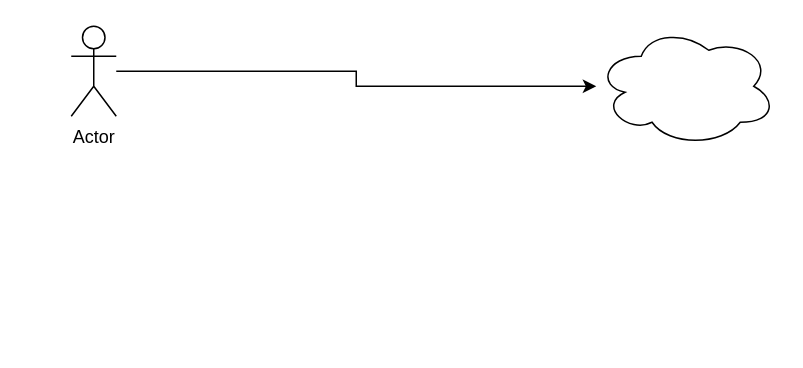
kevinah95/upgraded-octo-waffle keeps this draw.io diagram as docs/Diagrama sin título.drawio. Above is the earlier version. Source tidied: cells renumbered, new cells numbered last; positions are measured from the earlier drawing's top-left corner, leaving out a move shared by most shapes. Both pictures are drawn from the tidied source at 150%, with x=0, y=0 at pixel (70, 26).
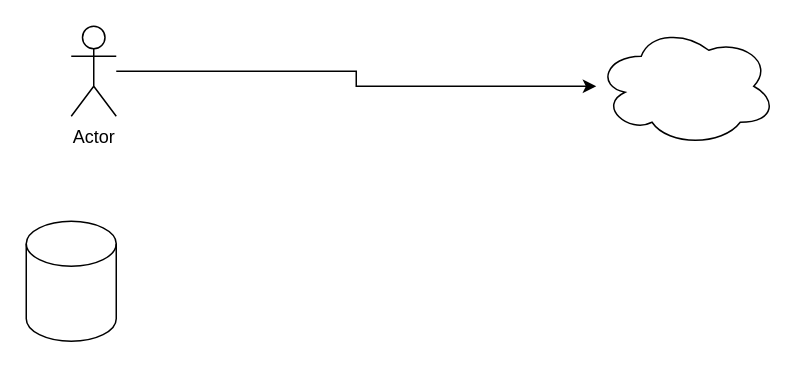
The same diagram, later.

Change to the diagram source:
```diff
@@
 <mxGraphModel>
   <root>
     <mxCell id="0" />
     <mxCell id="1" parent="0" />
     <mxCell id="2" style="edgeStyle=orthogonalEdgeStyle;rounded=0;jettySize=auto;html=1;" parent="1" edge="1" source="3" target="4">
       <mxGeometry relative="1" as="geometry" />
     </mxCell>
     <mxCell id="3" value="Actor" style="shape=umlActor;verticalLabelPosition=bottom;verticalAlign=top;html=1;outlineConnect=0;" parent="1" vertex="1">
       <mxGeometry width="30" height="60" as="geometry" />
     </mxCell>
     <mxCell id="4" style="ellipse;shape=cloud;whiteSpace=wrap;html=1;" parent="1" vertex="1">
       <mxGeometry x="350" width="120" height="80" as="geometry" />
     </mxCell>
+    <mxCell id="5" style="shape=cylinder3;whiteSpace=wrap;html=1;boundedLbl=1;backgroundOutline=1;size=15;" parent="1" vertex="1">
+      <mxGeometry x="-30" y="130" width="60" height="80" as="geometry" />
+    </mxCell>
   </root>
 </mxGraphModel>
```
